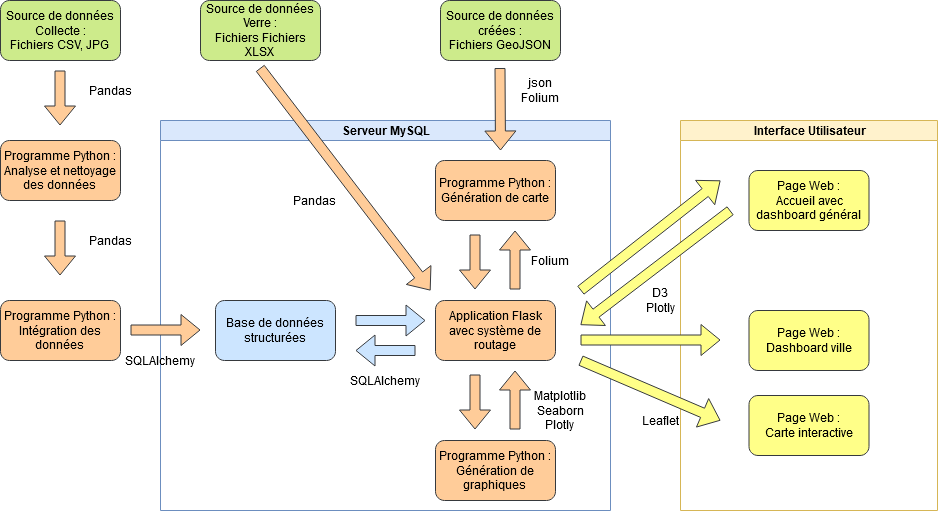
Earlier version of the draw.io export doc/schemaFonctionnel.png (antjacquemin/cliiink). Source tidied: cells renumbered, new cells last; positions are measured from the earlier drawing's top-left corner, leaving out a move shared by most shapes. The source it was exported from:
```xml
<mxGraphModel>
  <root>
    <mxCell id="0" />
    <mxCell id="1" parent="0" />
    <mxCell id="2" value="Serveur MySQL" style="swimlane;html=1;startSize=20;horizontal=1;containerType=tree;glass=0;fillColor=#dae8fc;strokeColor=#6c8ebf;" parent="1" vertex="1">
      <mxGeometry x="160" y="120" width="450" height="390" as="geometry" />
    </mxCell>
    <mxCell id="3" value="&lt;div&gt;Application Flask avec système de routage&lt;br&gt;&lt;/div&gt;" style="rounded=1;whiteSpace=wrap;html=1;strokeColor=#36393d;fillColor=#ffcc99;" parent="2" vertex="1">
      <mxGeometry x="275" y="180" width="120" height="60" as="geometry" />
    </mxCell>
    <mxCell id="4" value="&lt;div&gt;Base de données structurées&lt;/div&gt;" style="rounded=1;whiteSpace=wrap;html=1;strokeColor=#36393d;fillColor=#cce5ff;" parent="2" vertex="1">
      <mxGeometry x="55" y="180" width="120" height="60" as="geometry" />
    </mxCell>
    <mxCell id="5" style="shape=flexArrow;endArrow=classic;html=1;fillColor=#cce5ff;strokeColor=#36393d;" parent="2" edge="1">
      <mxGeometry relative="1" as="geometry">
        <mxPoint x="195" y="200" as="sourcePoint" />
        <mxPoint x="265" y="200" as="targetPoint" />
      </mxGeometry>
    </mxCell>
    <mxCell id="6" style="shape=flexArrow;endArrow=classic;html=1;fillColor=#cce5ff;strokeColor=#36393d;" parent="2" edge="1">
      <mxGeometry relative="1" as="geometry">
        <mxPoint x="255" y="230" as="sourcePoint" />
        <mxPoint x="195" y="230" as="targetPoint" />
      </mxGeometry>
    </mxCell>
    <mxCell id="7" value="&lt;div&gt;Programme Python :&lt;/div&gt;&lt;div&gt;Génération de graphiques&lt;br&gt;&lt;/div&gt;" style="rounded=1;whiteSpace=wrap;html=1;strokeColor=#36393d;fillColor=#ffcc99;" parent="2" vertex="1">
      <mxGeometry x="275" y="320" width="120" height="60" as="geometry" />
    </mxCell>
    <mxCell id="8" style="shape=flexArrow;endArrow=classic;html=1;fillColor=#ffcc99;strokeColor=#36393d;" parent="2" edge="1">
      <mxGeometry relative="1" as="geometry">
        <mxPoint x="314.5" y="254" as="sourcePoint" />
        <mxPoint x="314.5" y="309" as="targetPoint" />
      </mxGeometry>
    </mxCell>
    <mxCell id="9" style="shape=flexArrow;endArrow=classic;html=1;fillColor=#ffcc99;strokeColor=#36393d;" parent="2" edge="1">
      <mxGeometry relative="1" as="geometry">
        <mxPoint x="354.5" y="309" as="sourcePoint" />
        <mxPoint x="354.5" y="250" as="targetPoint" />
      </mxGeometry>
    </mxCell>
    <mxCell id="10" value="&lt;div&gt;Programme Python :&lt;/div&gt;&lt;div&gt;Génération de carte&lt;br&gt;&lt;/div&gt;" style="rounded=1;whiteSpace=wrap;html=1;strokeColor=#36393d;fillColor=#ffcc99;" parent="2" vertex="1">
      <mxGeometry x="275" y="40" width="120" height="60" as="geometry" />
    </mxCell>
    <mxCell id="11" style="shape=flexArrow;endArrow=classic;html=1;fillColor=#ffcc99;strokeColor=#36393d;" parent="2" edge="1">
      <mxGeometry relative="1" as="geometry">
        <mxPoint x="314.5" y="114" as="sourcePoint" />
        <mxPoint x="314.5" y="169" as="targetPoint" />
      </mxGeometry>
    </mxCell>
    <mxCell id="12" style="shape=flexArrow;endArrow=classic;html=1;fillColor=#ffcc99;strokeColor=#36393d;" parent="2" edge="1">
      <mxGeometry relative="1" as="geometry">
        <mxPoint x="354.5" y="169" as="sourcePoint" />
        <mxPoint x="354.5" y="110" as="targetPoint" />
      </mxGeometry>
    </mxCell>
    <mxCell id="13" value="SQLAlchemy" style="text;html=1;strokeColor=none;fillColor=none;align=center;verticalAlign=middle;whiteSpace=wrap;rounded=0;" parent="2" vertex="1">
      <mxGeometry x="-20" y="230" width="40" height="20" as="geometry" />
    </mxCell>
    <mxCell id="14" value="SQLAlchemy" style="text;html=1;strokeColor=none;fillColor=none;align=center;verticalAlign=middle;whiteSpace=wrap;rounded=0;" parent="2" vertex="1">
      <mxGeometry x="205" y="250" width="40" height="20" as="geometry" />
    </mxCell>
    <mxCell id="15" value="Folium" style="text;html=1;strokeColor=none;fillColor=none;align=center;verticalAlign=middle;whiteSpace=wrap;rounded=0;" parent="2" vertex="1">
      <mxGeometry x="370" y="130" width="40" height="20" as="geometry" />
    </mxCell>
    <mxCell id="16" value="&lt;div&gt;Matplotlib&lt;/div&gt;&lt;div&gt;Seaborn&lt;/div&gt;&lt;div&gt;Plotly&lt;br&gt;&lt;/div&gt;" style="text;html=1;strokeColor=none;fillColor=none;align=center;verticalAlign=middle;whiteSpace=wrap;rounded=0;" parent="2" vertex="1">
      <mxGeometry x="380" y="280" width="40" height="20" as="geometry" />
    </mxCell>
    <mxCell id="17" value="Pandas" style="text;html=1;strokeColor=none;fillColor=none;align=center;verticalAlign=middle;whiteSpace=wrap;rounded=0;" parent="2" vertex="1">
      <mxGeometry x="134" y="70" width="40" height="20" as="geometry" />
    </mxCell>
    <mxCell id="18" value="Interface Utilisateur" style="swimlane;html=1;startSize=20;horizontal=1;containerType=tree;glass=0;fillColor=#fff2cc;strokeColor=#d6b656;" parent="1" vertex="1">
      <mxGeometry x="680" y="120" width="257" height="390" as="geometry" />
    </mxCell>
    <mxCell id="19" value="&lt;div&gt;Page Web :&lt;br&gt;&lt;/div&gt;&lt;div&gt;Accueil avec dashboard général&lt;br&gt;&lt;/div&gt;" style="rounded=1;whiteSpace=wrap;html=1;strokeColor=#36393d;fillColor=#ffff88;" parent="18" vertex="1">
      <mxGeometry x="68.5" y="50" width="120" height="60" as="geometry" />
    </mxCell>
    <mxCell id="20" value="&lt;div&gt;Page Web :&lt;br&gt;&lt;/div&gt;&lt;div&gt;Dashboard ville&lt;br&gt;&lt;/div&gt;" style="rounded=1;whiteSpace=wrap;html=1;strokeColor=#36393d;fillColor=#ffff88;" parent="18" vertex="1">
      <mxGeometry x="68.5" y="190" width="120" height="60" as="geometry" />
    </mxCell>
    <mxCell id="21" value="&lt;div&gt;Page Web :&lt;br&gt;&lt;/div&gt;&lt;div&gt;Carte interactive&lt;br&gt;&lt;/div&gt;" style="rounded=1;whiteSpace=wrap;html=1;strokeColor=#36393d;fillColor=#ffff88;" parent="18" vertex="1">
      <mxGeometry x="68.5" y="275" width="120" height="60" as="geometry" />
    </mxCell>
    <mxCell id="22" style="shape=flexArrow;endArrow=classic;html=1;fillColor=#ffff88;strokeColor=#36393d;" parent="18" edge="1">
      <mxGeometry relative="1" as="geometry">
        <mxPoint x="-100" y="219.5" as="sourcePoint" />
        <mxPoint x="40" y="219.5" as="targetPoint" />
      </mxGeometry>
    </mxCell>
    <mxCell id="23" value="&lt;div&gt;Source de données Collecte :&lt;/div&gt;&lt;div&gt;Fichiers CSV, JPG&lt;br&gt;&lt;/div&gt;" style="rounded=1;whiteSpace=wrap;html=1;strokeColor=#36393d;fillColor=#cdeb8b;" parent="1" vertex="1">
      <mxGeometry width="120" height="60" as="geometry" />
    </mxCell>
    <mxCell id="24" value="&lt;div&gt;Source de données Verre :&lt;/div&gt;&lt;div&gt;Fichiers Fichiers XLSX&lt;br&gt;&lt;/div&gt;" style="rounded=1;whiteSpace=wrap;html=1;strokeColor=#36393d;fillColor=#cdeb8b;" parent="1" vertex="1">
      <mxGeometry x="200" width="120" height="60" as="geometry" />
    </mxCell>
    <mxCell id="25" value="&lt;div&gt;Source de données créées :&lt;/div&gt;&lt;div&gt;Fichiers GeoJSON&lt;br&gt;&lt;/div&gt;" style="rounded=1;whiteSpace=wrap;html=1;strokeColor=#36393d;fillColor=#cdeb8b;" parent="1" vertex="1">
      <mxGeometry x="440" width="120" height="60" as="geometry" />
    </mxCell>
    <mxCell id="26" value="&lt;div&gt;Programme Python :&lt;/div&gt;&lt;div&gt;Analyse et nettoyage des données&lt;br&gt;&lt;/div&gt;" style="rounded=1;whiteSpace=wrap;html=1;strokeColor=#36393d;fillColor=#ffcc99;" parent="1" vertex="1">
      <mxGeometry y="140" width="120" height="60" as="geometry" />
    </mxCell>
    <mxCell id="27" value="&lt;div&gt;Programme Python :&lt;/div&gt;&lt;div&gt;Intégration des données&lt;br&gt;&lt;/div&gt;" style="rounded=1;whiteSpace=wrap;html=1;strokeColor=#36393d;fillColor=#ffcc99;" parent="1" vertex="1">
      <mxGeometry y="300" width="120" height="60" as="geometry" />
    </mxCell>
    <mxCell id="28" style="shape=flexArrow;endArrow=classic;html=1;fillColor=#ffcc99;strokeColor=#36393d;" parent="1" edge="1">
      <mxGeometry relative="1" as="geometry">
        <mxPoint x="59.5" y="220" as="sourcePoint" />
        <mxPoint x="59.5" y="275" as="targetPoint" />
      </mxGeometry>
    </mxCell>
    <mxCell id="29" style="shape=flexArrow;endArrow=classic;html=1;fillColor=#ffcc99;strokeColor=#36393d;" parent="1" edge="1">
      <mxGeometry relative="1" as="geometry">
        <mxPoint x="59.5" y="70" as="sourcePoint" />
        <mxPoint x="59.5" y="125" as="targetPoint" />
      </mxGeometry>
    </mxCell>
    <mxCell id="30" style="shape=flexArrow;endArrow=classic;html=1;fillColor=#ffcc99;strokeColor=#36393d;" parent="1" edge="1">
      <mxGeometry relative="1" as="geometry">
        <mxPoint x="130" y="329.5" as="sourcePoint" />
        <mxPoint x="200" y="329.5" as="targetPoint" />
      </mxGeometry>
    </mxCell>
    <mxCell id="31" style="shape=flexArrow;endArrow=classic;html=1;fillColor=#ffcc99;strokeColor=#36393d;" parent="1" edge="1">
      <mxGeometry relative="1" as="geometry">
        <mxPoint x="499.5" y="67.5" as="sourcePoint" />
        <mxPoint x="500" y="150" as="targetPoint" />
      </mxGeometry>
    </mxCell>
    <mxCell id="32" style="shape=flexArrow;endArrow=classic;html=1;fillColor=#ffcc99;strokeColor=#36393d;" parent="1" edge="1">
      <mxGeometry relative="1" as="geometry">
        <mxPoint x="259.5" y="67.5" as="sourcePoint" />
        <mxPoint x="430" y="290" as="targetPoint" />
      </mxGeometry>
    </mxCell>
    <mxCell id="33" value="Pandas" style="text;html=1;strokeColor=none;fillColor=none;align=center;verticalAlign=middle;whiteSpace=wrap;rounded=0;" parent="1" vertex="1">
      <mxGeometry x="90" y="230" width="40" height="20" as="geometry" />
    </mxCell>
    <mxCell id="34" value="Pandas" style="text;html=1;strokeColor=none;fillColor=none;align=center;verticalAlign=middle;whiteSpace=wrap;rounded=0;" parent="1" vertex="1">
      <mxGeometry x="90" y="80" width="40" height="20" as="geometry" />
    </mxCell>
    <mxCell id="35" value="&lt;div&gt;D3&lt;/div&gt;&lt;div&gt;Plotly&lt;/div&gt;" style="text;html=1;strokeColor=none;fillColor=none;align=center;verticalAlign=middle;whiteSpace=wrap;rounded=0;" parent="1" vertex="1">
      <mxGeometry x="640" y="290" width="40" height="20" as="geometry" />
    </mxCell>
    <mxCell id="36" value="Leaflet" style="text;html=1;strokeColor=none;fillColor=none;align=center;verticalAlign=middle;whiteSpace=wrap;rounded=0;" parent="1" vertex="1">
      <mxGeometry x="640" y="410" width="40" height="20" as="geometry" />
    </mxCell>
    <mxCell id="37" style="shape=flexArrow;endArrow=classic;html=1;fillColor=#ffff88;strokeColor=#36393d;" parent="1" edge="1">
      <mxGeometry relative="1" as="geometry">
        <mxPoint x="580" y="290" as="sourcePoint" />
        <mxPoint x="720" y="180" as="targetPoint" />
      </mxGeometry>
    </mxCell>
    <mxCell id="38" style="shape=flexArrow;endArrow=classic;html=1;fillColor=#ffff88;strokeColor=#36393d;" parent="1" edge="1">
      <mxGeometry relative="1" as="geometry">
        <mxPoint x="730" y="210" as="sourcePoint" />
        <mxPoint x="580" y="324.5" as="targetPoint" />
      </mxGeometry>
    </mxCell>
    <mxCell id="39" style="shape=flexArrow;endArrow=classic;html=1;fillColor=#ffff88;strokeColor=#36393d;" parent="1" edge="1">
      <mxGeometry relative="1" as="geometry">
        <mxPoint x="580" y="360" as="sourcePoint" />
        <mxPoint x="720" y="420" as="targetPoint" />
      </mxGeometry>
    </mxCell>
    <mxCell id="40" value="&lt;div&gt;json&lt;br&gt;&lt;/div&gt;&lt;div&gt;Folium&lt;/div&gt;" style="text;html=1;strokeColor=none;fillColor=none;align=center;verticalAlign=middle;whiteSpace=wrap;rounded=0;" parent="1" vertex="1">
      <mxGeometry x="520" y="80" width="40" height="20" as="geometry" />
    </mxCell>
  </root>
</mxGraphModel>
```
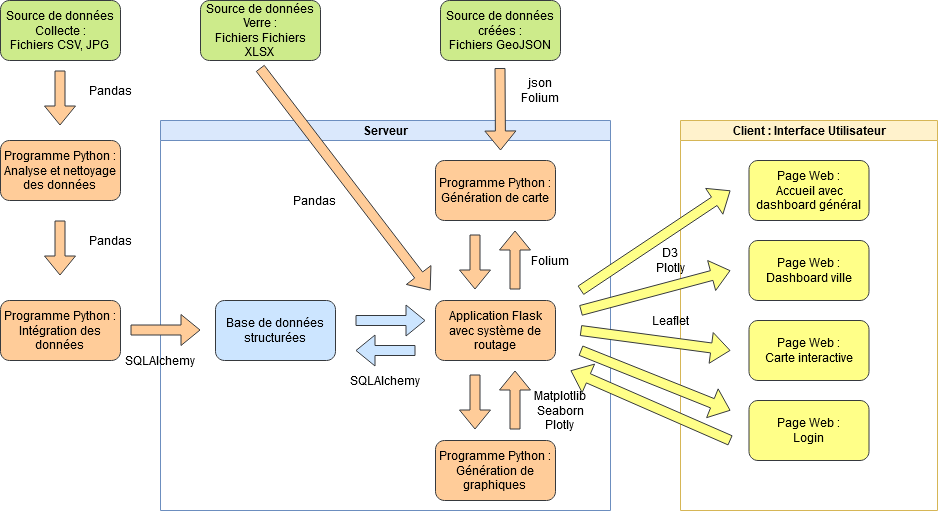
The same file after the commit.

Commit message:
Actualisation schéma fonctionnel

The edit, as a diff of the source:
```diff
@@ -2,7 +2,7 @@
   <root>
     <mxCell id="0" />
     <mxCell id="1" parent="0" />
-    <mxCell id="2" value="Serveur MySQL" style="swimlane;html=1;startSize=20;horizontal=1;containerType=tree;glass=0;fillColor=#dae8fc;strokeColor=#6c8ebf;" parent="1" vertex="1">
+    <mxCell id="2" value="Serveur " style="swimlane;html=1;startSize=20;horizontal=1;containerType=tree;glass=0;fillColor=#dae8fc;strokeColor=#6c8ebf;" parent="1" vertex="1">
       <mxGeometry x="160" y="120" width="450" height="390" as="geometry" />
     </mxCell>
     <mxCell id="3" value="&lt;div&gt;Application Flask avec système de routage&lt;br&gt;&lt;/div&gt;" style="rounded=1;whiteSpace=wrap;html=1;strokeColor=#36393d;fillColor=#ffcc99;" parent="2" vertex="1">
@@ -68,24 +68,39 @@
     <mxCell id="17" value="Pandas" style="text;html=1;strokeColor=none;fillColor=none;align=center;verticalAlign=middle;whiteSpace=wrap;rounded=0;" parent="2" vertex="1">
       <mxGeometry x="134" y="70" width="40" height="20" as="geometry" />
     </mxCell>
-    <mxCell id="18" value="Interface Utilisateur" style="swimlane;html=1;startSize=20;horizontal=1;containerType=tree;glass=0;fillColor=#fff2cc;strokeColor=#d6b656;" parent="1" vertex="1">
+    <mxCell id="18" value="Client : Interface Utilisateur" style="swimlane;html=1;startSize=20;horizontal=1;containerType=tree;glass=0;fillColor=#fff2cc;strokeColor=#d6b656;" parent="1" vertex="1">
       <mxGeometry x="680" y="120" width="257" height="390" as="geometry" />
     </mxCell>
     <mxCell id="19" value="&lt;div&gt;Page Web :&lt;br&gt;&lt;/div&gt;&lt;div&gt;Accueil avec dashboard général&lt;br&gt;&lt;/div&gt;" style="rounded=1;whiteSpace=wrap;html=1;strokeColor=#36393d;fillColor=#ffff88;" parent="18" vertex="1">
-      <mxGeometry x="68.5" y="50" width="120" height="60" as="geometry" />
+      <mxGeometry x="68.5" y="40" width="120" height="60" as="geometry" />
     </mxCell>
     <mxCell id="20" value="&lt;div&gt;Page Web :&lt;br&gt;&lt;/div&gt;&lt;div&gt;Dashboard ville&lt;br&gt;&lt;/div&gt;" style="rounded=1;whiteSpace=wrap;html=1;strokeColor=#36393d;fillColor=#ffff88;" parent="18" vertex="1">
-      <mxGeometry x="68.5" y="190" width="120" height="60" as="geometry" />
+      <mxGeometry x="68.5" y="120" width="120" height="60" as="geometry" />
     </mxCell>
     <mxCell id="21" value="&lt;div&gt;Page Web :&lt;br&gt;&lt;/div&gt;&lt;div&gt;Carte interactive&lt;br&gt;&lt;/div&gt;" style="rounded=1;whiteSpace=wrap;html=1;strokeColor=#36393d;fillColor=#ffff88;" parent="18" vertex="1">
-      <mxGeometry x="68.5" y="275" width="120" height="60" as="geometry" />
+      <mxGeometry x="68.5" y="200" width="120" height="60" as="geometry" />
     </mxCell>
     <mxCell id="22" style="shape=flexArrow;endArrow=classic;html=1;fillColor=#ffff88;strokeColor=#36393d;" parent="18" edge="1">
       <mxGeometry relative="1" as="geometry">
-        <mxPoint x="-100" y="219.5" as="sourcePoint" />
-        <mxPoint x="40" y="219.5" as="targetPoint" />
+        <mxPoint x="-100" y="190" as="sourcePoint" />
+        <mxPoint x="50" y="150" as="targetPoint" />
       </mxGeometry>
     </mxCell>
+    <mxCell id="41" value="&lt;div&gt;Page Web :&lt;br&gt;&lt;/div&gt;&lt;div&gt;Login&lt;br&gt;&lt;/div&gt;" style="rounded=1;whiteSpace=wrap;html=1;strokeColor=#36393d;fillColor=#ffff88;" parent="18" vertex="1">
+      <mxGeometry x="68.5" y="280" width="120" height="60" as="geometry" />
+    </mxCell>
+    <mxCell id="39" style="shape=flexArrow;endArrow=classic;html=1;fillColor=#ffff88;strokeColor=#36393d;" parent="18" edge="1">
+      <mxGeometry relative="1" as="geometry">
+        <mxPoint x="-100" y="210" as="sourcePoint" />
+        <mxPoint x="50" y="230" as="targetPoint" />
+      </mxGeometry>
+    </mxCell>
+    <mxCell id="42" style="shape=flexArrow;endArrow=classic;html=1;fillColor=#ffff88;strokeColor=#36393d;" parent="18" edge="1">
+      <mxGeometry relative="1" as="geometry">
+        <mxPoint x="-100" y="230" as="sourcePoint" />
+        <mxPoint x="50" y="290" as="targetPoint" />
+      </mxGeometry>
+    </mxCell>
     <mxCell id="23" value="&lt;div&gt;Source de données Collecte :&lt;/div&gt;&lt;div&gt;Fichiers CSV, JPG&lt;br&gt;&lt;/div&gt;" style="rounded=1;whiteSpace=wrap;html=1;strokeColor=#36393d;fillColor=#cdeb8b;" parent="1" vertex="1">
       <mxGeometry width="120" height="60" as="geometry" />
     </mxCell>
@@ -138,31 +153,25 @@
       <mxGeometry x="90" y="80" width="40" height="20" as="geometry" />
     </mxCell>
     <mxCell id="35" value="&lt;div&gt;D3&lt;/div&gt;&lt;div&gt;Plotly&lt;/div&gt;" style="text;html=1;strokeColor=none;fillColor=none;align=center;verticalAlign=middle;whiteSpace=wrap;rounded=0;" parent="1" vertex="1">
-      <mxGeometry x="640" y="290" width="40" height="20" as="geometry" />
+      <mxGeometry x="650" y="250" width="40" height="20" as="geometry" />
     </mxCell>
     <mxCell id="36" value="Leaflet" style="text;html=1;strokeColor=none;fillColor=none;align=center;verticalAlign=middle;whiteSpace=wrap;rounded=0;" parent="1" vertex="1">
-      <mxGeometry x="640" y="410" width="40" height="20" as="geometry" />
+      <mxGeometry x="650" y="310" width="40" height="20" as="geometry" />
     </mxCell>
     <mxCell id="37" style="shape=flexArrow;endArrow=classic;html=1;fillColor=#ffff88;strokeColor=#36393d;" parent="1" edge="1">
       <mxGeometry relative="1" as="geometry">
         <mxPoint x="580" y="290" as="sourcePoint" />
-        <mxPoint x="720" y="180" as="targetPoint" />
+        <mxPoint x="730" y="190" as="targetPoint" />
       </mxGeometry>
     </mxCell>
-    <mxCell id="38" style="shape=flexArrow;endArrow=classic;html=1;fillColor=#ffff88;strokeColor=#36393d;" parent="1" edge="1">
-      <mxGeometry relative="1" as="geometry">
-        <mxPoint x="730" y="210" as="sourcePoint" />
-        <mxPoint x="580" y="324.5" as="targetPoint" />
-      </mxGeometry>
-    </mxCell>
-    <mxCell id="39" style="shape=flexArrow;endArrow=classic;html=1;fillColor=#ffff88;strokeColor=#36393d;" parent="1" edge="1">
-      <mxGeometry relative="1" as="geometry">
-        <mxPoint x="580" y="360" as="sourcePoint" />
-        <mxPoint x="720" y="420" as="targetPoint" />
-      </mxGeometry>
-    </mxCell>
     <mxCell id="40" value="&lt;div&gt;json&lt;br&gt;&lt;/div&gt;&lt;div&gt;Folium&lt;/div&gt;" style="text;html=1;strokeColor=none;fillColor=none;align=center;verticalAlign=middle;whiteSpace=wrap;rounded=0;" parent="1" vertex="1">
       <mxGeometry x="520" y="80" width="40" height="20" as="geometry" />
     </mxCell>
+    <mxCell id="43" style="shape=flexArrow;endArrow=classic;html=1;fillColor=#ffff88;strokeColor=#36393d;" parent="1" edge="1">
+      <mxGeometry relative="1" as="geometry">
+        <mxPoint x="730" y="440" as="sourcePoint" />
+        <mxPoint x="570" y="370" as="targetPoint" />
+      </mxGeometry>
+    </mxCell>
   </root>
 </mxGraphModel>
```
